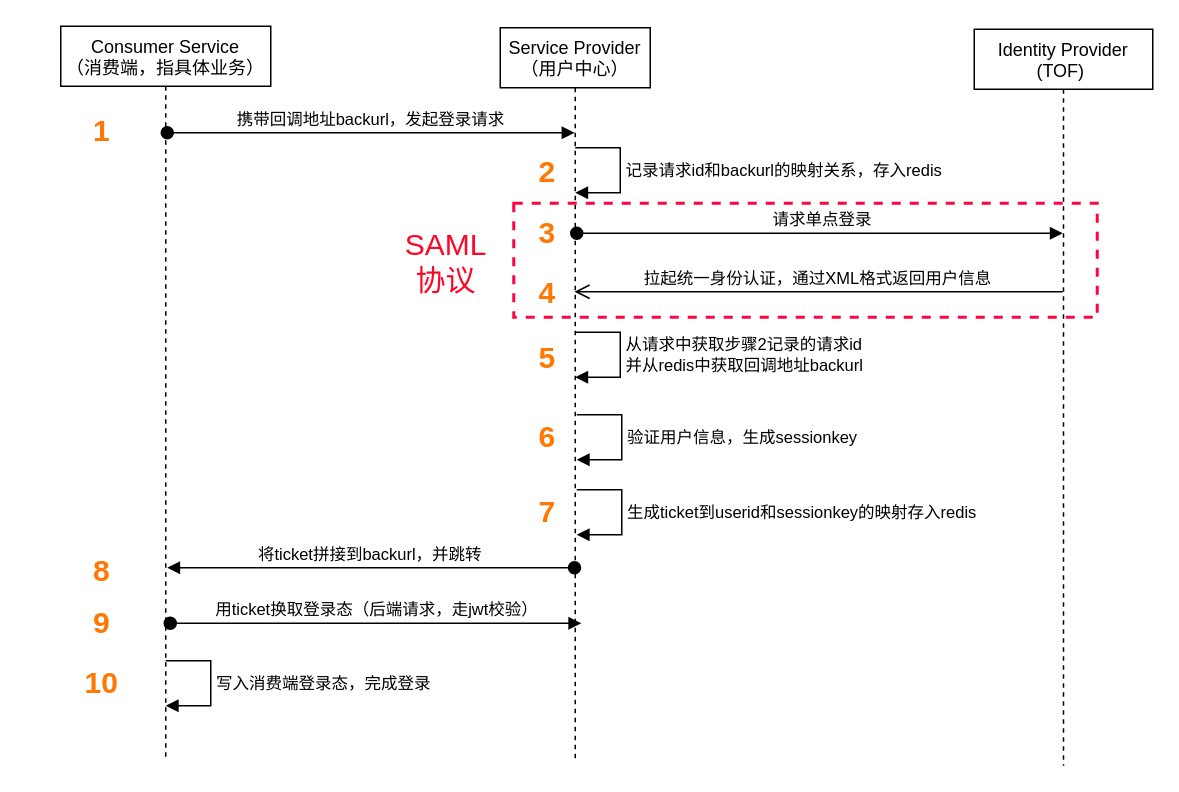
liliang1213/diagram keeps this draw.io diagram as GCloudSAML.drawio. Above is the earlier version. Source tidied: cells renumbered, new cells numbered last; positions are measured from the earlier drawing's top-left corner, leaving out a move shared by most shapes. Both pictures are drawn from the tidied source at 150%, with x=0, y=0 at pixel (26, 26).
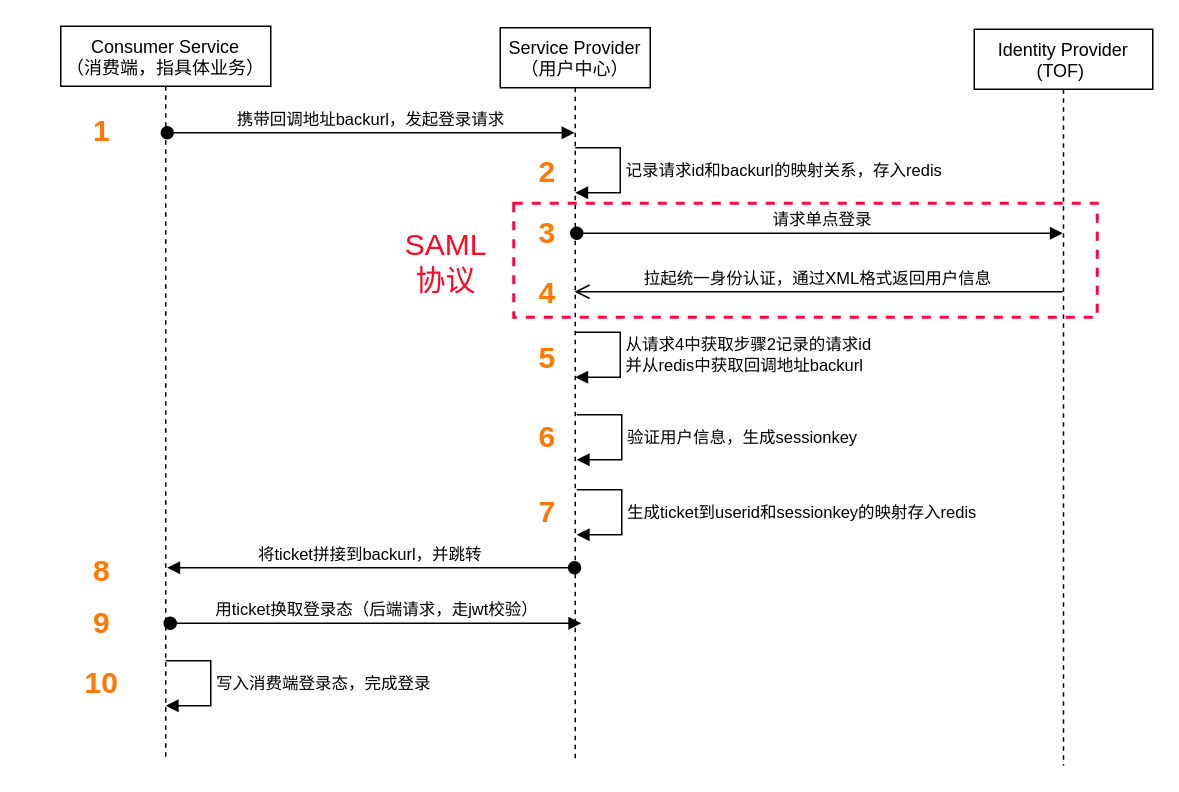
After the change.

Unchanged cells that the change refers to:
```xml
<mxCell id="4" value="Service Provider&#10;（用户中心）" style="shape=umlLifeline;perimeter=lifelinePerimeter;rounded=0;shadow=0;strokeWidth=1;" parent="1" vertex="1">
  <mxGeometry x="316" y="1" width="100" height="490" as="geometry" />
</mxCell>
```

Diff of the diagram source:
```diff
@@
-    <mxCell id="6" value="从请求中获取步骤2记录的请求id&lt;br&gt;并从redis中获取回调地址backurl" style="edgeStyle=orthogonalEdgeStyle;html=1;align=left;spacingLeft=2;endArrow=block;rounded=0;" parent="4" edge="1">
+    <mxCell id="6" value="从请求4中获取步骤2记录的请求id&lt;br&gt;并从redis中获取回调地址backurl" style="edgeStyle=orthogonalEdgeStyle;html=1;align=left;spacingLeft=2;endArrow=block;rounded=0;" parent="4" edge="1">
       <mxGeometry relative="1" as="geometry">
         <mxPoint x="50" y="203" as="sourcePoint" />
         <mxPoint x="50" y="233" as="targetPoint" />
         <Array as="points">
           <mxPoint x="80" y="203" />
           <mxPoint x="80" y="233" />
           <mxPoint x="50" y="233" />
         </Array>
       </mxGeometry>
     </mxCell>
```
